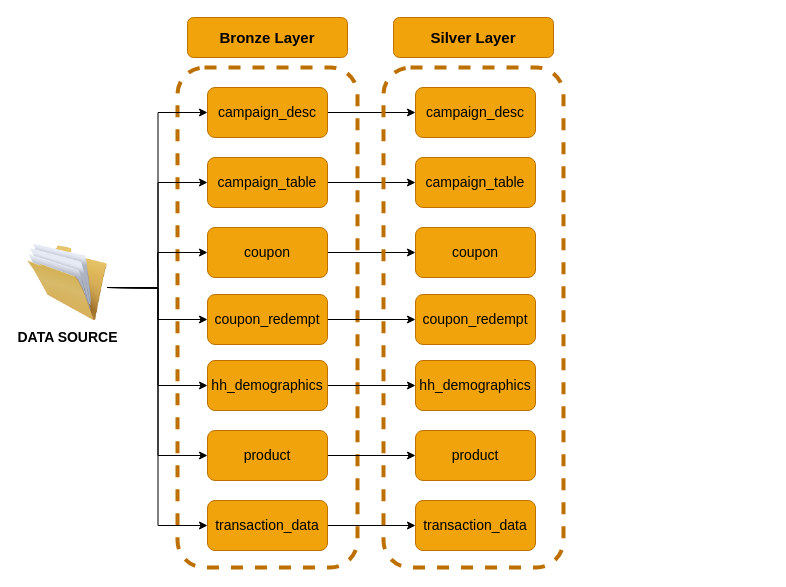
Above: data_flow.drawio in orkhan-sari/Retail_analytics (draw.io), before the change. Source tidied: cells renumbered, new cells numbered last; positions are measured from the earlier drawing's top-left corner, leaving out a move shared by most shapes. Both pictures are drawn from the tidied source at 100%, with x=0, y=0 at pixel (27, 17).
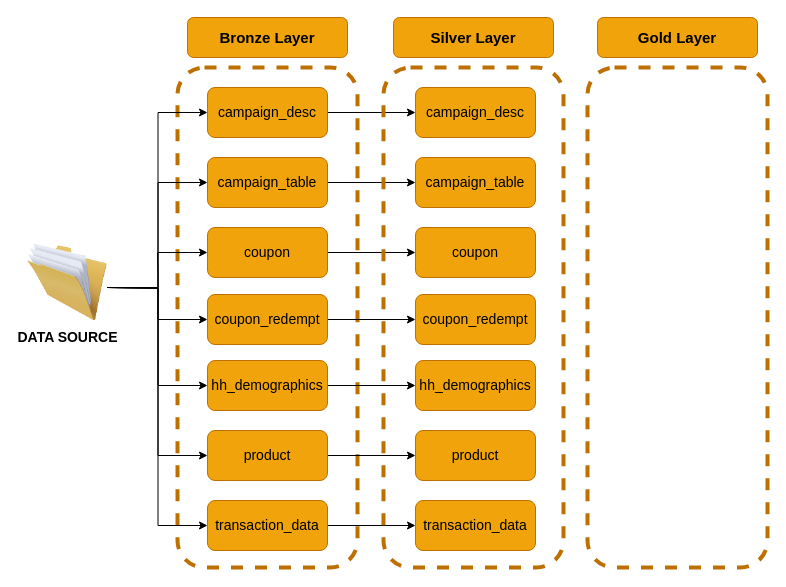
The same diagram, later.

Diff of the diagram source:
```diff
@@
+    <mxCell id="35" style="rounded=1;whiteSpace=wrap;html=1;fillColor=none;fontColor=#000000;strokeColor=light-dark(#BD7000,#C0C0C0);dashed=1;perimeterSpacing=8;strokeWidth=4;" parent="1" vertex="1">
+      <mxGeometry x="560" y="50" width="180" height="500" as="geometry" />
+    </mxCell>
+    <mxCell id="36" value="Gold Layer" style="rounded=1;whiteSpace=wrap;html=1;fontSize=15;fillColor=light-dark(#F0A30A,#C0C0C0);fontColor=light-dark(#000000,#000033);strokeColor=light-dark(#BD7000,#C0C0C0);fontStyle=1;" parent="1" vertex="1">
+      <mxGeometry x="570" width="160" height="40" as="geometry" />
+    </mxCell>
```
